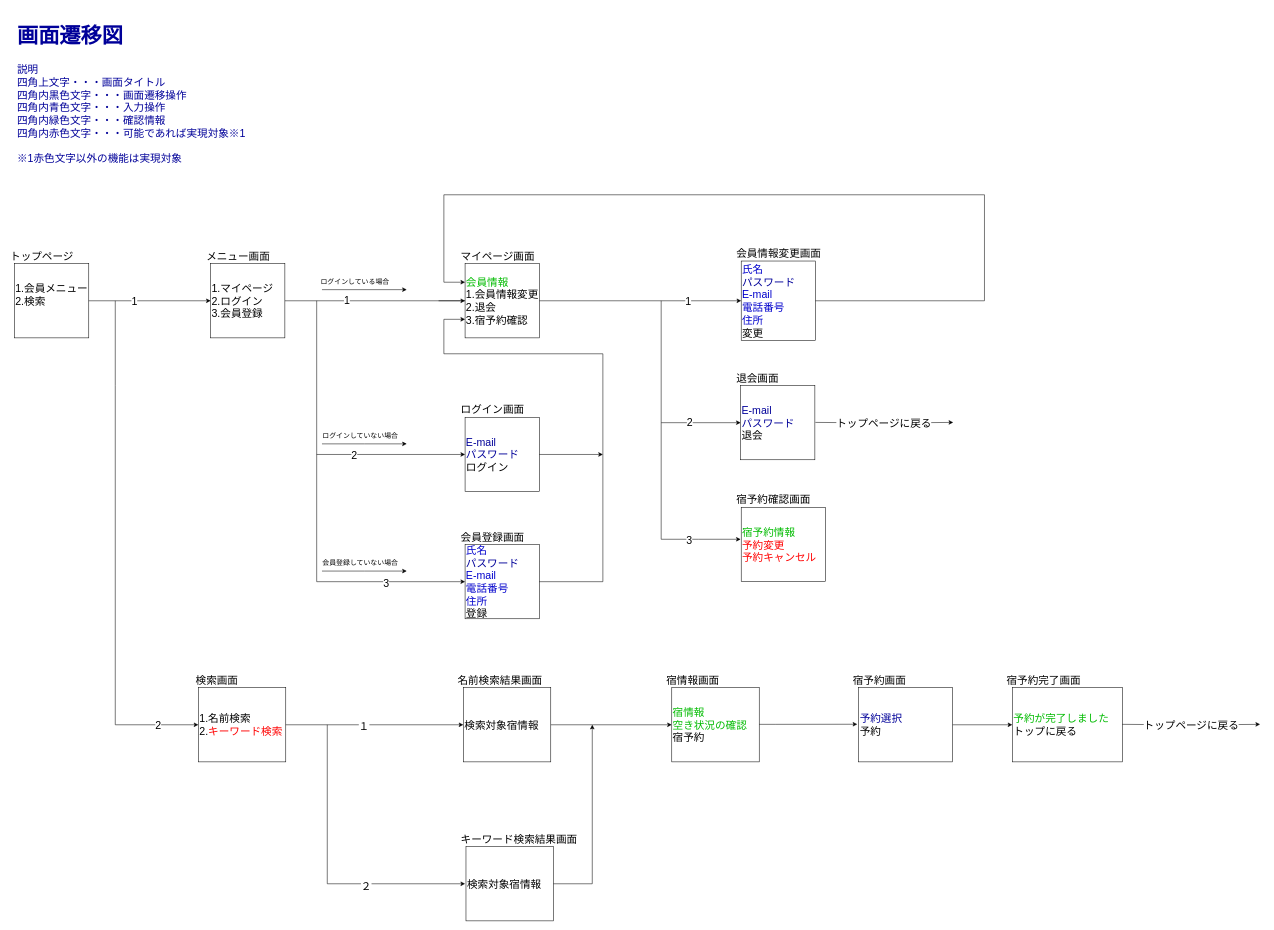
Above: 画面遷移/画面遷移図ユーザ視点.drawio in 2022java42-student006/document (draw.io), before the change. Source tidied: cells renumbered, new cells numbered last; positions are measured from the earlier drawing's top-left corner, leaving out a move shared by most shapes. Both pictures are drawn from the tidied source at 53%, with x=0, y=0 at pixel (9, 14).
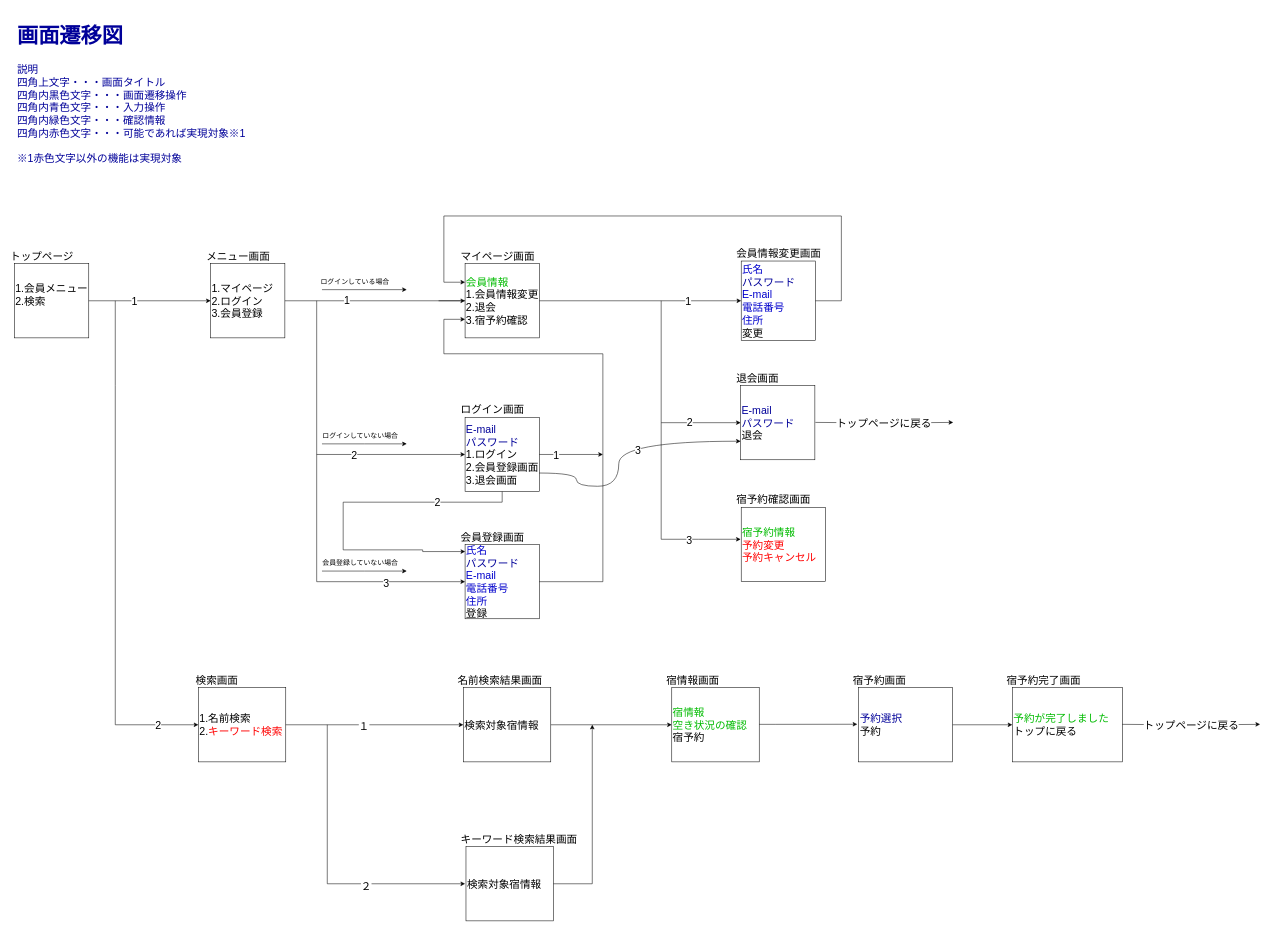
The same page after the edit.

Commit message (it also covers changes not shown here):
ユースケース図を作成しました。

Unchanged cells that the change refers to:
```xml
<mxCell id="19" value="&lt;font style=&quot;&quot; color=&quot;#0000cc&quot;&gt;氏名&lt;br&gt;&lt;/font&gt;&lt;font color=&quot;#000099&quot;&gt;パスワード&lt;/font&gt;&lt;br style=&quot;&quot;&gt;&lt;font style=&quot;&quot; color=&quot;#0000cc&quot;&gt;E-mail&lt;/font&gt;&lt;br style=&quot;&quot;&gt;&lt;font style=&quot;&quot; color=&quot;#0000cc&quot;&gt;電話番号&lt;/font&gt;&lt;br style=&quot;&quot;&gt;&lt;font style=&quot;&quot; color=&quot;#0000cc&quot;&gt;住所&lt;/font&gt;&lt;br style=&quot;&quot;&gt;登録" style="rounded=0;whiteSpace=wrap;html=1;fontSize=20;align=left;" parent="1" vertex="1">
  <mxGeometry x="860" y="1000" width="140" height="140" as="geometry" />
</mxCell>
<mxCell id="23" value="&lt;font color=&quot;#000099&quot;&gt;E-mail&lt;br&gt;パスワード&lt;/font&gt;&lt;br&gt;退会" style="rounded=0;whiteSpace=wrap;html=1;fontSize=20;align=left;" parent="1" vertex="1">
  <mxGeometry x="1380" y="700" width="140" height="140" as="geometry" />
</mxCell>
<mxCell id="37" value="&lt;font color=&quot;#00bb00&quot;&gt;会員情報&lt;/font&gt;&lt;br&gt;1.会員情報変更&lt;br&gt;2.退会&lt;br&gt;3.宿予約確認" style="rounded=0;whiteSpace=wrap;html=1;fontSize=20;align=left;" parent="1" vertex="1">
  <mxGeometry x="860" y="470" width="140" height="140" as="geometry" />
</mxCell>
<mxCell id="42" style="endArrow=classic;html=1;rounded=0;fontSize=20;fontColor=#000099;elbow=vertical;exitX=1;exitY=0.5;exitDx=0;exitDy=0;" parent="1" edge="1" source="35">
  <mxGeometry relative="1" as="geometry">
    <mxPoint x="1120" y="830" as="targetPoint" />
  </mxGeometry>
</mxCell>
```

The edit, as a diff of the source:
```diff
@@
     <mxCell id="2" style="edgeStyle=segmentEdgeStyle;endArrow=classic;html=1;rounded=0;fontSize=20;fontColor=#000099;elbow=vertical;entryX=0;entryY=0.25;entryDx=0;entryDy=0;" parent="1" edge="1" target="37">
       <mxGeometry relative="1" as="geometry">
         <mxPoint x="1520" y="540" as="sourcePoint" />
         <Array as="points">
-          <mxPoint x="1840" y="540" />
-          <mxPoint x="1840" y="340" />
-          <mxPoint x="820" y="340" />
+          <mxPoint x="1570" y="540" />
+          <mxPoint x="1570" y="380" />
+          <mxPoint x="820" y="380" />
           <mxPoint x="820" y="505" />
         </Array>
       </mxGeometry>
     </mxCell>
@@
-    <mxCell id="35" value="&lt;font color=&quot;#000099&quot;&gt;E-mail&lt;/font&gt;&lt;br&gt;&lt;font color=&quot;#000099&quot;&gt;パスワード&lt;/font&gt;&lt;br&gt;ログイン" style="rounded=0;whiteSpace=wrap;html=1;fontSize=20;align=left;" parent="1" vertex="1">
+    <mxCell id="35" value="&lt;font color=&quot;#000099&quot;&gt;E-mail&lt;/font&gt;&lt;br&gt;&lt;font color=&quot;#000099&quot;&gt;パスワード&lt;/font&gt;&lt;br&gt;1.ログイン&lt;br&gt;2.会員登録画面&lt;br&gt;3.退会画面" style="rounded=0;whiteSpace=wrap;html=1;fontSize=20;align=left;" parent="1" vertex="1">
       <mxGeometry x="860" y="760" width="140" height="140" as="geometry" />
     </mxCell>
@@
+    <mxCell id="71" value="1" style="edgeLabel;html=1;align=center;verticalAlign=middle;fontSize=20;" parent="42" vertex="1">
+      <mxGeometry x="-0.48" relative="1" as="geometry" />
+    </mxCell>
@@
+    <mxCell id="72" style="endArrow=classic;html=1;rounded=0;entryX=0;entryY=0.75;entryDx=0;entryDy=0;exitX=1;exitY=0.75;exitDx=0;exitDy=0;edgeStyle=orthogonalEdgeStyle;curved=1;" parent="1" edge="1" source="35" target="23">
+      <mxGeometry relative="1" as="geometry">
+        <Array as="points">
+          <mxPoint x="1070" y="865" />
+          <mxPoint x="1070" y="890" />
+          <mxPoint x="1150" y="890" />
+          <mxPoint x="1150" y="805" />
+        </Array>
+      </mxGeometry>
+    </mxCell>
+    <mxCell id="73" value="3" style="edgeLabel;html=1;align=center;verticalAlign=middle;fontSize=20;" parent="72" vertex="1">
+      <mxGeometry x="0.21" y="-15" relative="1" as="geometry">
+        <mxPoint x="-1" as="offset" />
+      </mxGeometry>
+    </mxCell>
+    <mxCell id="74" style="edgeStyle=orthogonalEdgeStyle;endArrow=classic;html=1;rounded=0;fontSize=20;exitX=0.5;exitY=1;exitDx=0;exitDy=0;entryX=0.001;entryY=0.094;entryDx=0;entryDy=0;entryPerimeter=0;" parent="1" edge="1" source="35" target="19">
+      <mxGeometry relative="1" as="geometry">
+        <Array as="points">
+          <mxPoint x="930" y="920" />
+          <mxPoint x="630" y="920" />
+          <mxPoint x="630" y="1010" />
+          <mxPoint x="780" y="1010" />
+          <mxPoint x="780" y="1013" />
+        </Array>
+      </mxGeometry>
+    </mxCell>
+    <mxCell id="75" value="2" style="edgeLabel;html=1;align=center;verticalAlign=middle;fontSize=20;" parent="74" vertex="1">
+      <mxGeometry x="-0.56" y="-1" relative="1" as="geometry">
+        <mxPoint x="-1" as="offset" />
+      </mxGeometry>
+    </mxCell>
```
